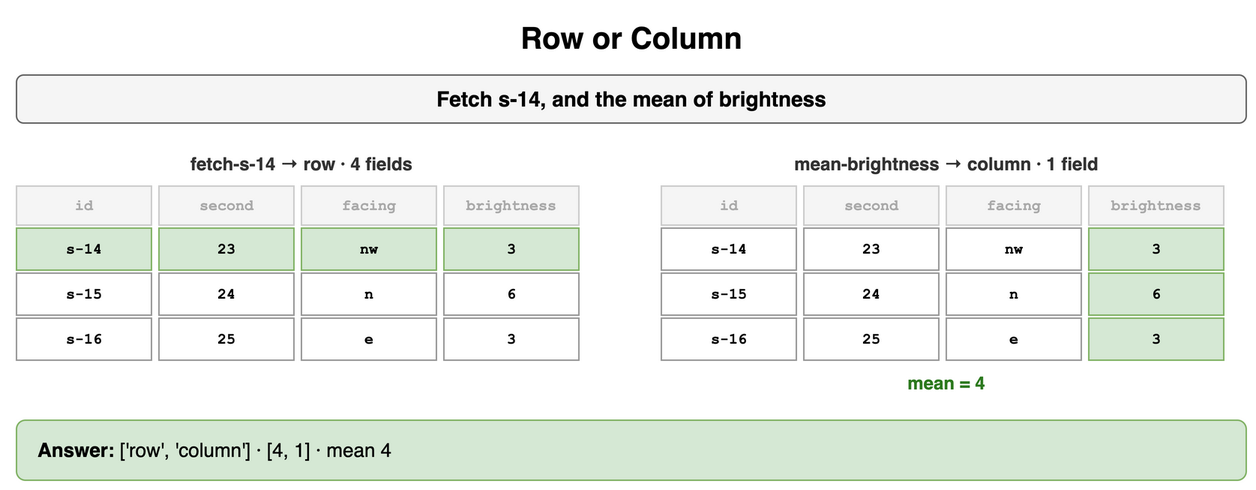
Before: content/09_System_Design_Interview/14_Encoding_Serialization_and_Schema_Evolution/diagrams/encoding-drills-5-row-or-column.png, a diagram exported from draw.io (amendez13/swe-study-guide). Source tidied: cells renumbered, new cells last; positions are measured from the earlier drawing's top-left corner, leaving out a move shared by most shapes.
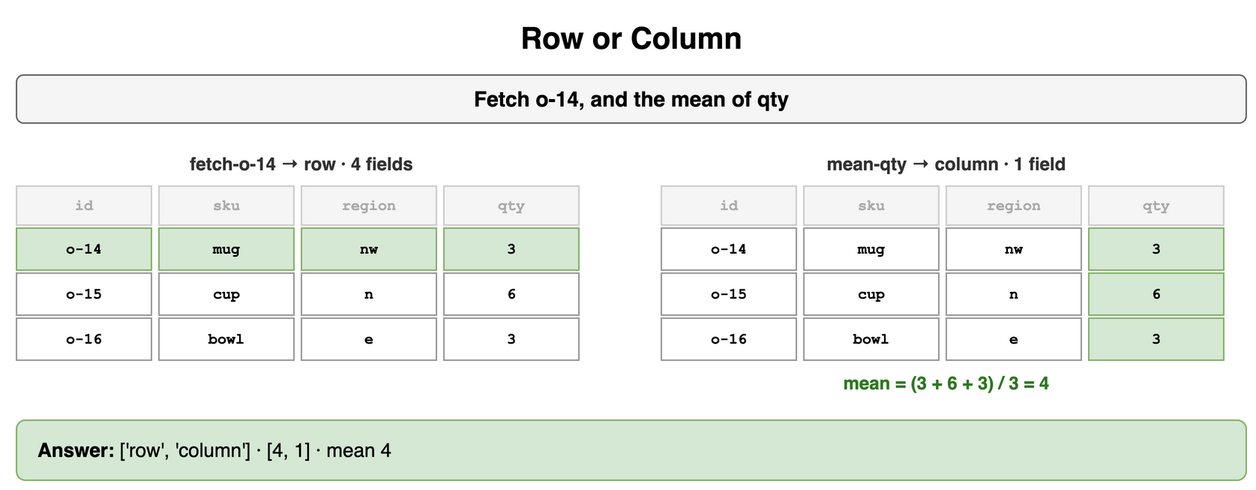
The same diagram one commit later.

What changed in the source:
```diff
@@ -5,28 +5,28 @@
     <mxCell id="2" value="Row or Column" style="text;html=1;align=center;verticalAlign=middle;whiteSpace=wrap;fontSize=20;fontStyle=1;" parent="1" vertex="1">
       <mxGeometry width="820" height="30" as="geometry" />
     </mxCell>
-    <mxCell id="3" value="Fetch s-14, and the mean of brightness" style="rounded=1;whiteSpace=wrap;html=1;fillColor=#f5f5f5;strokeColor=#666666;fontStyle=1;fontSize=14;" parent="1" vertex="1">
+    <mxCell id="3" value="Fetch o-14, and the mean of qty" style="rounded=1;whiteSpace=wrap;html=1;fillColor=#f5f5f5;strokeColor=#666666;fontStyle=1;fontSize=14;" parent="1" vertex="1">
       <mxGeometry y="40" width="820" height="32" as="geometry" />
     </mxCell>
-    <mxCell id="4" value="fetch-s-14 → row · 4 fields" style="text;html=1;whiteSpace=wrap;fontSize=11;align=center;verticalAlign=middle;fontSize=12;fontColor=#333333;fontStyle=1;" parent="1" vertex="1">
+    <mxCell id="4" value="fetch-o-14 → row · 4 fields" style="text;html=1;whiteSpace=wrap;fontSize=11;align=center;verticalAlign=middle;fontSize=12;fontColor=#333333;fontStyle=1;" parent="1" vertex="1">
       <mxGeometry y="90" width="380" height="18" as="geometry" />
     </mxCell>
     <mxCell id="5" value="id" style="rounded=0;whiteSpace=wrap;html=1;fontFamily=Courier New;fontStyle=1;fontSize=13;fillColor=#f5f5f5;strokeColor=#cccccc;fontSize=10;fontColor=#aaaaaa;" parent="1" vertex="1">
       <mxGeometry y="114" width="90" height="26" as="geometry" />
     </mxCell>
-    <mxCell id="6" value="second" style="rounded=0;whiteSpace=wrap;html=1;fontFamily=Courier New;fontStyle=1;fontSize=13;fillColor=#f5f5f5;strokeColor=#cccccc;fontSize=10;fontColor=#aaaaaa;" parent="1" vertex="1">
+    <mxCell id="6" value="sku" style="rounded=0;whiteSpace=wrap;html=1;fontFamily=Courier New;fontStyle=1;fontSize=13;fillColor=#f5f5f5;strokeColor=#cccccc;fontSize=10;fontColor=#aaaaaa;" parent="1" vertex="1">
       <mxGeometry x="95" y="114" width="90" height="26" as="geometry" />
     </mxCell>
-    <mxCell id="7" value="facing" style="rounded=0;whiteSpace=wrap;html=1;fontFamily=Courier New;fontStyle=1;fontSize=13;fillColor=#f5f5f5;strokeColor=#cccccc;fontSize=10;fontColor=#aaaaaa;" parent="1" vertex="1">
+    <mxCell id="7" value="region" style="rounded=0;whiteSpace=wrap;html=1;fontFamily=Courier New;fontStyle=1;fontSize=13;fillColor=#f5f5f5;strokeColor=#cccccc;fontSize=10;fontColor=#aaaaaa;" parent="1" vertex="1">
       <mxGeometry x="190" y="114" width="90" height="26" as="geometry" />
     </mxCell>
-    <mxCell id="8" value="brightness" style="rounded=0;whiteSpace=wrap;html=1;fontFamily=Courier New;fontStyle=1;fontSize=13;fillColor=#f5f5f5;strokeColor=#cccccc;fontSize=10;fontColor=#aaaaaa;" parent="1" vertex="1">
+    <mxCell id="8" value="qty" style="rounded=0;whiteSpace=wrap;html=1;fontFamily=Courier New;fontStyle=1;fontSize=13;fillColor=#f5f5f5;strokeColor=#cccccc;fontSize=10;fontColor=#aaaaaa;" parent="1" vertex="1">
       <mxGeometry x="285" y="114" width="90" height="26" as="geometry" />
     </mxCell>
-    <mxCell id="9" value="s-14" style="rounded=0;whiteSpace=wrap;html=1;fontFamily=Courier New;fontStyle=1;fontSize=13;fillColor=#d5e8d4;strokeColor=#82b366;fontSize=10;" parent="1" vertex="1">
+    <mxCell id="9" value="o-14" style="rounded=0;whiteSpace=wrap;html=1;fontFamily=Courier New;fontStyle=1;fontSize=13;fillColor=#d5e8d4;strokeColor=#82b366;fontSize=10;" parent="1" vertex="1">
       <mxGeometry y="142" width="90" height="28" as="geometry" />
     </mxCell>
-    <mxCell id="10" value="23" style="rounded=0;whiteSpace=wrap;html=1;fontFamily=Courier New;fontStyle=1;fontSize=13;fillColor=#d5e8d4;strokeColor=#82b366;fontSize=10;" parent="1" vertex="1">
+    <mxCell id="10" value="mug" style="rounded=0;whiteSpace=wrap;html=1;fontFamily=Courier New;fontStyle=1;fontSize=13;fillColor=#d5e8d4;strokeColor=#82b366;fontSize=10;" parent="1" vertex="1">
       <mxGeometry x="95" y="142" width="90" height="28" as="geometry" />
     </mxCell>
     <mxCell id="11" value="nw" style="rounded=0;whiteSpace=wrap;html=1;fontFamily=Courier New;fontStyle=1;fontSize=13;fillColor=#d5e8d4;strokeColor=#82b366;fontSize=10;" parent="1" vertex="1">
@@ -35,10 +35,10 @@
     <mxCell id="12" value="3" style="rounded=0;whiteSpace=wrap;html=1;fontFamily=Courier New;fontStyle=1;fontSize=13;fillColor=#d5e8d4;strokeColor=#82b366;fontSize=10;" parent="1" vertex="1">
       <mxGeometry x="285" y="142" width="90" height="28" as="geometry" />
     </mxCell>
-    <mxCell id="13" value="s-15" style="rounded=0;whiteSpace=wrap;html=1;fontFamily=Courier New;fontStyle=1;fontSize=13;fillColor=#ffffff;strokeColor=#999999;fontSize=10;" parent="1" vertex="1">
+    <mxCell id="13" value="o-15" style="rounded=0;whiteSpace=wrap;html=1;fontFamily=Courier New;fontStyle=1;fontSize=13;fillColor=#ffffff;strokeColor=#999999;fontSize=10;" parent="1" vertex="1">
       <mxGeometry y="172" width="90" height="28" as="geometry" />
     </mxCell>
-    <mxCell id="14" value="24" style="rounded=0;whiteSpace=wrap;html=1;fontFamily=Courier New;fontStyle=1;fontSize=13;fillColor=#ffffff;strokeColor=#999999;fontSize=10;" parent="1" vertex="1">
+    <mxCell id="14" value="cup" style="rounded=0;whiteSpace=wrap;html=1;fontFamily=Courier New;fontStyle=1;fontSize=13;fillColor=#ffffff;strokeColor=#999999;fontSize=10;" parent="1" vertex="1">
       <mxGeometry x="95" y="172" width="90" height="28" as="geometry" />
     </mxCell>
     <mxCell id="15" value="n" style="rounded=0;whiteSpace=wrap;html=1;fontFamily=Courier New;fontStyle=1;fontSize=13;fillColor=#ffffff;strokeColor=#999999;fontSize=10;" parent="1" vertex="1">
@@ -47,10 +47,10 @@
     <mxCell id="16" value="6" style="rounded=0;whiteSpace=wrap;html=1;fontFamily=Courier New;fontStyle=1;fontSize=13;fillColor=#ffffff;strokeColor=#999999;fontSize=10;" parent="1" vertex="1">
       <mxGeometry x="285" y="172" width="90" height="28" as="geometry" />
     </mxCell>
-    <mxCell id="17" value="s-16" style="rounded=0;whiteSpace=wrap;html=1;fontFamily=Courier New;fontStyle=1;fontSize=13;fillColor=#ffffff;strokeColor=#999999;fontSize=10;" parent="1" vertex="1">
+    <mxCell id="17" value="o-16" style="rounded=0;whiteSpace=wrap;html=1;fontFamily=Courier New;fontStyle=1;fontSize=13;fillColor=#ffffff;strokeColor=#999999;fontSize=10;" parent="1" vertex="1">
       <mxGeometry y="202" width="90" height="28" as="geometry" />
     </mxCell>
-    <mxCell id="18" value="25" style="rounded=0;whiteSpace=wrap;html=1;fontFamily=Courier New;fontStyle=1;fontSize=13;fillColor=#ffffff;strokeColor=#999999;fontSize=10;" parent="1" vertex="1">
+    <mxCell id="18" value="bowl" style="rounded=0;whiteSpace=wrap;html=1;fontFamily=Courier New;fontStyle=1;fontSize=13;fillColor=#ffffff;strokeColor=#999999;fontSize=10;" parent="1" vertex="1">
       <mxGeometry x="95" y="202" width="90" height="28" as="geometry" />
     </mxCell>
     <mxCell id="19" value="e" style="rounded=0;whiteSpace=wrap;html=1;fontFamily=Courier New;fontStyle=1;fontSize=13;fillColor=#ffffff;strokeColor=#999999;fontSize=10;" parent="1" vertex="1">
@@ -59,25 +59,25 @@
     <mxCell id="20" value="3" style="rounded=0;whiteSpace=wrap;html=1;fontFamily=Courier New;fontStyle=1;fontSize=13;fillColor=#ffffff;strokeColor=#999999;fontSize=10;" parent="1" vertex="1">
       <mxGeometry x="285" y="202" width="90" height="28" as="geometry" />
     </mxCell>
-    <mxCell id="21" value="mean-brightness → column · 1 field" style="text;html=1;whiteSpace=wrap;fontSize=11;align=center;verticalAlign=middle;fontSize=12;fontColor=#333333;fontStyle=1;" parent="1" vertex="1">
+    <mxCell id="21" value="mean-qty → column · 1 field" style="text;html=1;whiteSpace=wrap;fontSize=11;align=center;verticalAlign=middle;fontSize=12;fontColor=#333333;fontStyle=1;" parent="1" vertex="1">
       <mxGeometry x="430" y="90" width="380" height="18" as="geometry" />
     </mxCell>
     <mxCell id="22" value="id" style="rounded=0;whiteSpace=wrap;html=1;fontFamily=Courier New;fontStyle=1;fontSize=13;fillColor=#f5f5f5;strokeColor=#cccccc;fontSize=10;fontColor=#aaaaaa;" parent="1" vertex="1">
       <mxGeometry x="430" y="114" width="90" height="26" as="geometry" />
     </mxCell>
-    <mxCell id="23" value="second" style="rounded=0;whiteSpace=wrap;html=1;fontFamily=Courier New;fontStyle=1;fontSize=13;fillColor=#f5f5f5;strokeColor=#cccccc;fontSize=10;fontColor=#aaaaaa;" parent="1" vertex="1">
+    <mxCell id="23" value="sku" style="rounded=0;whiteSpace=wrap;html=1;fontFamily=Courier New;fontStyle=1;fontSize=13;fillColor=#f5f5f5;strokeColor=#cccccc;fontSize=10;fontColor=#aaaaaa;" parent="1" vertex="1">
       <mxGeometry x="525" y="114" width="90" height="26" as="geometry" />
     </mxCell>
-    <mxCell id="24" value="facing" style="rounded=0;whiteSpace=wrap;html=1;fontFamily=Courier New;fontStyle=1;fontSize=13;fillColor=#f5f5f5;strokeColor=#cccccc;fontSize=10;fontColor=#aaaaaa;" parent="1" vertex="1">
+    <mxCell id="24" value="region" style="rounded=0;whiteSpace=wrap;html=1;fontFamily=Courier New;fontStyle=1;fontSize=13;fillColor=#f5f5f5;strokeColor=#cccccc;fontSize=10;fontColor=#aaaaaa;" parent="1" vertex="1">
       <mxGeometry x="620" y="114" width="90" height="26" as="geometry" />
     </mxCell>
-    <mxCell id="25" value="brightness" style="rounded=0;whiteSpace=wrap;html=1;fontFamily=Courier New;fontStyle=1;fontSize=13;fillColor=#f5f5f5;strokeColor=#cccccc;fontSize=10;fontColor=#aaaaaa;" parent="1" vertex="1">
+    <mxCell id="25" value="qty" style="rounded=0;whiteSpace=wrap;html=1;fontFamily=Courier New;fontStyle=1;fontSize=13;fillColor=#f5f5f5;strokeColor=#cccccc;fontSize=10;fontColor=#aaaaaa;" parent="1" vertex="1">
       <mxGeometry x="715" y="114" width="90" height="26" as="geometry" />
     </mxCell>
-    <mxCell id="26" value="s-14" style="rounded=0;whiteSpace=wrap;html=1;fontFamily=Courier New;fontStyle=1;fontSize=13;fillColor=#ffffff;strokeColor=#999999;fontSize=10;" parent="1" vertex="1">
+    <mxCell id="26" value="o-14" style="rounded=0;whiteSpace=wrap;html=1;fontFamily=Courier New;fontStyle=1;fontSize=13;fillColor=#ffffff;strokeColor=#999999;fontSize=10;" parent="1" vertex="1">
       <mxGeometry x="430" y="142" width="90" height="28" as="geometry" />
     </mxCell>
-    <mxCell id="27" value="23" style="rounded=0;whiteSpace=wrap;html=1;fontFamily=Courier New;fontStyle=1;fontSize=13;fillColor=#ffffff;strokeColor=#999999;fontSize=10;" parent="1" vertex="1">
+    <mxCell id="27" value="mug" style="rounded=0;whiteSpace=wrap;html=1;fontFamily=Courier New;fontStyle=1;fontSize=13;fillColor=#ffffff;strokeColor=#999999;fontSize=10;" parent="1" vertex="1">
       <mxGeometry x="525" y="142" width="90" height="28" as="geometry" />
     </mxCell>
     <mxCell id="28" value="nw" style="rounded=0;whiteSpace=wrap;html=1;fontFamily=Courier New;fontStyle=1;fontSize=13;fillColor=#ffffff;strokeColor=#999999;fontSize=10;" parent="1" vertex="1">
@@ -86,10 +86,10 @@
     <mxCell id="29" value="3" style="rounded=0;whiteSpace=wrap;html=1;fontFamily=Courier New;fontStyle=1;fontSize=13;fillColor=#d5e8d4;strokeColor=#82b366;fontSize=10;" parent="1" vertex="1">
       <mxGeometry x="715" y="142" width="90" height="28" as="geometry" />
     </mxCell>
-    <mxCell id="30" value="s-15" style="rounded=0;whiteSpace=wrap;html=1;fontFamily=Courier New;fontStyle=1;fontSize=13;fillColor=#ffffff;strokeColor=#999999;fontSize=10;" parent="1" vertex="1">
+    <mxCell id="30" value="o-15" style="rounded=0;whiteSpace=wrap;html=1;fontFamily=Courier New;fontStyle=1;fontSize=13;fillColor=#ffffff;strokeColor=#999999;fontSize=10;" parent="1" vertex="1">
       <mxGeometry x="430" y="172" width="90" height="28" as="geometry" />
     </mxCell>
-    <mxCell id="31" value="24" style="rounded=0;whiteSpace=wrap;html=1;fontFamily=Courier New;fontStyle=1;fontSize=13;fillColor=#ffffff;strokeColor=#999999;fontSize=10;" parent="1" vertex="1">
+    <mxCell id="31" value="cup" style="rounded=0;whiteSpace=wrap;html=1;fontFamily=Courier New;fontStyle=1;fontSize=13;fillColor=#ffffff;strokeColor=#999999;fontSize=10;" parent="1" vertex="1">
       <mxGeometry x="525" y="172" width="90" height="28" as="geometry" />
     </mxCell>
     <mxCell id="32" value="n" style="rounded=0;whiteSpace=wrap;html=1;fontFamily=Courier New;fontStyle=1;fontSize=13;fillColor=#ffffff;strokeColor=#999999;fontSize=10;" parent="1" vertex="1">
@@ -98,10 +98,10 @@
     <mxCell id="33" value="6" style="rounded=0;whiteSpace=wrap;html=1;fontFamily=Courier New;fontStyle=1;fontSize=13;fillColor=#d5e8d4;strokeColor=#82b366;fontSize=10;" parent="1" vertex="1">
       <mxGeometry x="715" y="172" width="90" height="28" as="geometry" />
     </mxCell>
-    <mxCell id="34" value="s-16" style="rounded=0;whiteSpace=wrap;html=1;fontFamily=Courier New;fontStyle=1;fontSize=13;fillColor=#ffffff;strokeColor=#999999;fontSize=10;" parent="1" vertex="1">
+    <mxCell id="34" value="o-16" style="rounded=0;whiteSpace=wrap;html=1;fontFamily=Courier New;fontStyle=1;fontSize=13;fillColor=#ffffff;strokeColor=#999999;fontSize=10;" parent="1" vertex="1">
       <mxGeometry x="430" y="202" width="90" height="28" as="geometry" />
     </mxCell>
-    <mxCell id="35" value="25" style="rounded=0;whiteSpace=wrap;html=1;fontFamily=Courier New;fontStyle=1;fontSize=13;fillColor=#ffffff;strokeColor=#999999;fontSize=10;" parent="1" vertex="1">
+    <mxCell id="35" value="bowl" style="rounded=0;whiteSpace=wrap;html=1;fontFamily=Courier New;fontStyle=1;fontSize=13;fillColor=#ffffff;strokeColor=#999999;fontSize=10;" parent="1" vertex="1">
       <mxGeometry x="525" y="202" width="90" height="28" as="geometry" />
     </mxCell>
     <mxCell id="36" value="e" style="rounded=0;whiteSpace=wrap;html=1;fontFamily=Courier New;fontStyle=1;fontSize=13;fillColor=#ffffff;strokeColor=#999999;fontSize=10;" parent="1" vertex="1">
@@ -110,7 +110,7 @@
     <mxCell id="37" value="3" style="rounded=0;whiteSpace=wrap;html=1;fontFamily=Courier New;fontStyle=1;fontSize=13;fillColor=#d5e8d4;strokeColor=#82b366;fontSize=10;" parent="1" vertex="1">
       <mxGeometry x="715" y="202" width="90" height="28" as="geometry" />
     </mxCell>
-    <mxCell id="38" value="mean = 4" style="text;html=1;whiteSpace=wrap;fontSize=11;align=center;verticalAlign=middle;fontSize=12;fontColor=#2d7a1f;fontStyle=1;" parent="1" vertex="1">
+    <mxCell id="38" value="mean = (3 + 6 + 3) / 3 = 4" style="text;html=1;whiteSpace=wrap;fontSize=11;align=center;verticalAlign=middle;fontSize=12;fontColor=#2d7a1f;fontStyle=1;" parent="1" vertex="1">
       <mxGeometry x="430" y="236" width="380" height="18" as="geometry" />
     </mxCell>
     <mxCell id="39" value="&lt;b&gt;Answer:&lt;/b&gt; ['row', 'column'] · [4, 1] · mean 4" style="rounded=1;whiteSpace=wrap;html=1;fillColor=#d5e8d4;strokeColor=#82b366;fontSize=13;align=left;spacingLeft=12;" parent="1" vertex="1">
```
